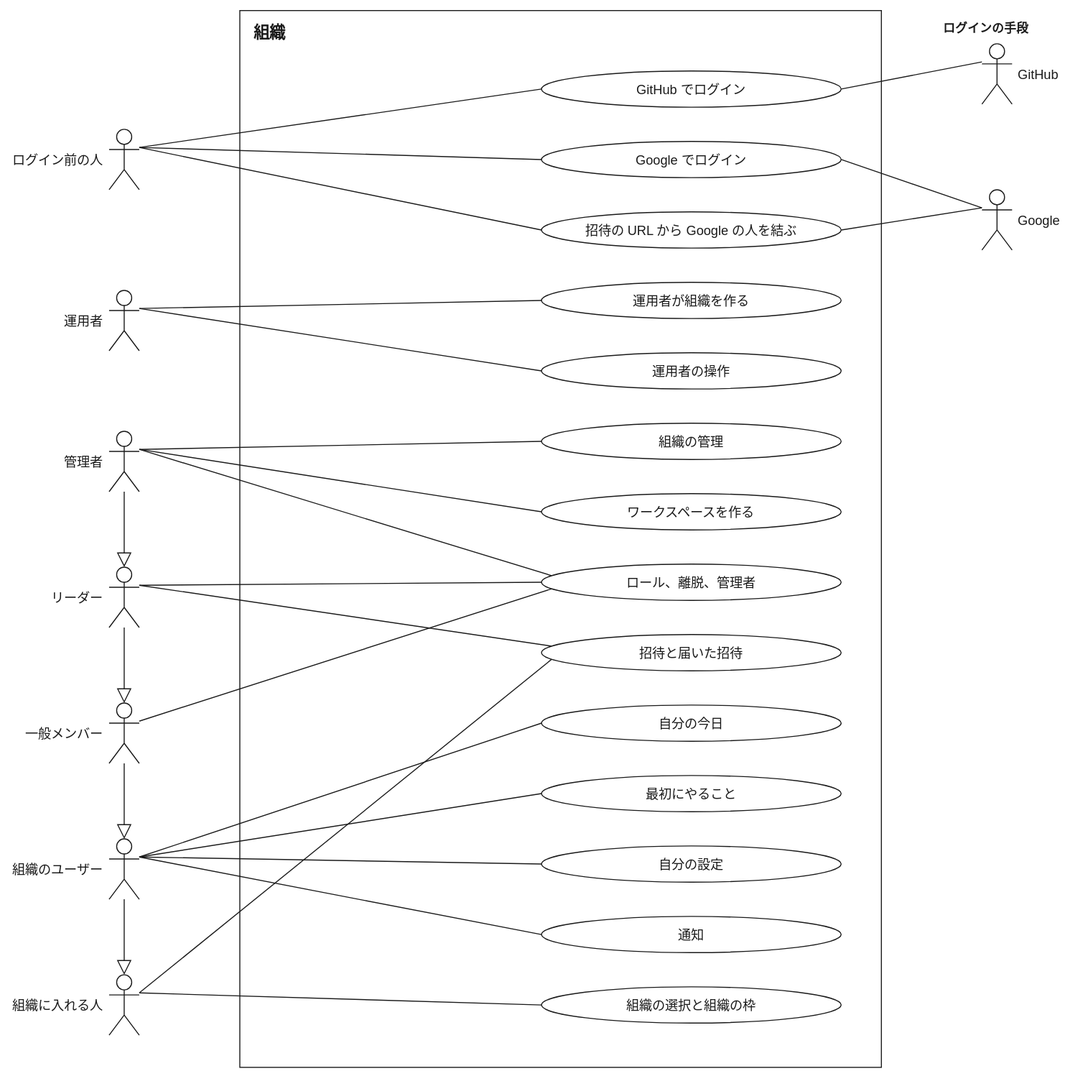
The draw.io diagram docs/use-cases-organization.drawio.svg in ucan-lab/scrum-guild, before a commit. Source tidied: cells renumbered, new cells last; positions are measured from the earlier drawing's top-left corner, leaving out a move shared by most shapes. Source of this version:
```xml
<mxGraphModel background="#ffffff">
  <root>
    <mxCell id="0" />
    <mxCell id="1" parent="0" />
    <mxCell id="2" style="html=0;fontFamily=Helvetica;fontSize=13;fontColor=#1a1a1a;strokeColor=#1a1a1a;endArrow=block;endFill=0;endSize=12;rounded=0;entryX=0.5;entryY=0;entryDx=0;entryDy=0;exitX=0.5;exitY=1;exitDx=0;exitDy=0;" parent="1" edge="1" source="43" target="44">
      <mxGeometry relative="1" as="geometry" />
    </mxCell>
    <mxCell id="3" style="html=0;fontFamily=Helvetica;fontSize=13;fontColor=#1a1a1a;strokeColor=#1a1a1a;endArrow=block;endFill=0;endSize=12;rounded=0;entryX=0.5;entryY=0;entryDx=0;entryDy=0;exitX=0.5;exitY=1;exitDx=0;exitDy=0;" parent="1" edge="1" source="44" target="45">
      <mxGeometry relative="1" as="geometry" />
    </mxCell>
    <mxCell id="4" style="html=0;fontFamily=Helvetica;fontSize=13;fontColor=#1a1a1a;strokeColor=#1a1a1a;endArrow=block;endFill=0;endSize=12;rounded=0;entryX=0.5;entryY=0;entryDx=0;entryDy=0;exitX=0.5;exitY=1;exitDx=0;exitDy=0;" parent="1" edge="1" source="45" target="46">
      <mxGeometry relative="1" as="geometry" />
    </mxCell>
    <mxCell id="5" style="html=0;fontFamily=Helvetica;fontSize=13;fontColor=#1a1a1a;strokeColor=#1a1a1a;endArrow=block;endFill=0;endSize=12;rounded=0;entryX=0.5;entryY=0;entryDx=0;entryDy=0;exitX=0.5;exitY=1;exitDx=0;exitDy=0;" parent="1" edge="1" source="46" target="47">
      <mxGeometry relative="1" as="geometry" />
    </mxCell>
    <mxCell id="6" style="html=0;fontFamily=Helvetica;fontSize=13;fontColor=#1a1a1a;strokeColor=#1a1a1a;endArrow=none;endFill=0;rounded=0;entryX=0;entryY=0.5;entryDx=0;entryDy=0;exitX=1;exitY=0.3;exitDx=0;exitDy=0;" parent="1" edge="1" source="41" target="27">
      <mxGeometry relative="1" as="geometry" />
    </mxCell>
    <mxCell id="7" style="html=0;fontFamily=Helvetica;fontSize=13;fontColor=#1a1a1a;strokeColor=#1a1a1a;endArrow=none;endFill=0;rounded=0;entryX=1;entryY=0.5;entryDx=0;entryDy=0;exitX=0;exitY=0.3;exitDx=0;exitDy=0;" parent="1" edge="1" source="48" target="27">
      <mxGeometry relative="1" as="geometry" />
    </mxCell>
    <mxCell id="8" style="html=0;fontFamily=Helvetica;fontSize=13;fontColor=#1a1a1a;strokeColor=#1a1a1a;endArrow=none;endFill=0;rounded=0;entryX=0;entryY=0.5;entryDx=0;entryDy=0;exitX=1;exitY=0.3;exitDx=0;exitDy=0;" parent="1" edge="1" source="41" target="28">
      <mxGeometry relative="1" as="geometry" />
    </mxCell>
    <mxCell id="9" style="html=0;fontFamily=Helvetica;fontSize=13;fontColor=#1a1a1a;strokeColor=#1a1a1a;endArrow=none;endFill=0;rounded=0;entryX=1;entryY=0.5;entryDx=0;entryDy=0;exitX=0;exitY=0.3;exitDx=0;exitDy=0;" parent="1" edge="1" source="49" target="28">
      <mxGeometry relative="1" as="geometry" />
    </mxCell>
    <mxCell id="10" style="html=0;fontFamily=Helvetica;fontSize=13;fontColor=#1a1a1a;strokeColor=#1a1a1a;endArrow=none;endFill=0;rounded=0;entryX=0;entryY=0.5;entryDx=0;entryDy=0;exitX=1;exitY=0.3;exitDx=0;exitDy=0;" parent="1" edge="1" source="41" target="29">
      <mxGeometry relative="1" as="geometry" />
    </mxCell>
    <mxCell id="11" style="html=0;fontFamily=Helvetica;fontSize=13;fontColor=#1a1a1a;strokeColor=#1a1a1a;endArrow=none;endFill=0;rounded=0;entryX=1;entryY=0.5;entryDx=0;entryDy=0;exitX=0;exitY=0.3;exitDx=0;exitDy=0;" parent="1" edge="1" source="49" target="29">
      <mxGeometry relative="1" as="geometry" />
    </mxCell>
    <mxCell id="12" style="html=0;fontFamily=Helvetica;fontSize=13;fontColor=#1a1a1a;strokeColor=#1a1a1a;endArrow=none;endFill=0;rounded=0;entryX=0;entryY=0.5;entryDx=0;entryDy=0;exitX=1;exitY=0.3;exitDx=0;exitDy=0;" parent="1" edge="1" source="42" target="30">
      <mxGeometry relative="1" as="geometry" />
    </mxCell>
    <mxCell id="13" style="html=0;fontFamily=Helvetica;fontSize=13;fontColor=#1a1a1a;strokeColor=#1a1a1a;endArrow=none;endFill=0;rounded=0;entryX=0;entryY=0.5;entryDx=0;entryDy=0;exitX=1;exitY=0.3;exitDx=0;exitDy=0;" parent="1" edge="1" source="42" target="31">
      <mxGeometry relative="1" as="geometry" />
    </mxCell>
    <mxCell id="14" style="html=0;fontFamily=Helvetica;fontSize=13;fontColor=#1a1a1a;strokeColor=#1a1a1a;endArrow=none;endFill=0;rounded=0;entryX=0;entryY=0.5;entryDx=0;entryDy=0;exitX=1;exitY=0.3;exitDx=0;exitDy=0;" parent="1" edge="1" source="43" target="32">
      <mxGeometry relative="1" as="geometry" />
    </mxCell>
    <mxCell id="15" style="html=0;fontFamily=Helvetica;fontSize=13;fontColor=#1a1a1a;strokeColor=#1a1a1a;endArrow=none;endFill=0;rounded=0;entryX=0;entryY=0.5;entryDx=0;entryDy=0;exitX=1;exitY=0.3;exitDx=0;exitDy=0;" parent="1" edge="1" source="43" target="33">
      <mxGeometry relative="1" as="geometry" />
    </mxCell>
    <mxCell id="16" style="html=0;fontFamily=Helvetica;fontSize=13;fontColor=#1a1a1a;strokeColor=#1a1a1a;endArrow=none;endFill=0;rounded=0;entryX=0;entryY=0.3;entryDx=0;entryDy=0;exitX=1;exitY=0.3;exitDx=0;exitDy=0;" parent="1" edge="1" source="43" target="34">
      <mxGeometry relative="1" as="geometry" />
    </mxCell>
    <mxCell id="17" style="html=0;fontFamily=Helvetica;fontSize=13;fontColor=#1a1a1a;strokeColor=#1a1a1a;endArrow=none;endFill=0;rounded=0;entryX=0;entryY=0.5;entryDx=0;entryDy=0;exitX=1;exitY=0.3;exitDx=0;exitDy=0;" parent="1" edge="1" source="44" target="34">
      <mxGeometry relative="1" as="geometry" />
    </mxCell>
    <mxCell id="18" style="html=0;fontFamily=Helvetica;fontSize=13;fontColor=#1a1a1a;strokeColor=#1a1a1a;endArrow=none;endFill=0;rounded=0;entryX=0;entryY=0.7;entryDx=0;entryDy=0;exitX=1;exitY=0.3;exitDx=0;exitDy=0;" parent="1" edge="1" source="45" target="34">
      <mxGeometry relative="1" as="geometry" />
    </mxCell>
    <mxCell id="19" style="html=0;fontFamily=Helvetica;fontSize=13;fontColor=#1a1a1a;strokeColor=#1a1a1a;endArrow=none;endFill=0;rounded=0;entryX=0;entryY=0.3;entryDx=0;entryDy=0;exitX=1;exitY=0.3;exitDx=0;exitDy=0;" parent="1" edge="1" source="44" target="35">
      <mxGeometry relative="1" as="geometry" />
    </mxCell>
    <mxCell id="20" style="html=0;fontFamily=Helvetica;fontSize=13;fontColor=#1a1a1a;strokeColor=#1a1a1a;endArrow=none;endFill=0;rounded=0;entryX=0;entryY=0.7;entryDx=0;entryDy=0;exitX=1;exitY=0.3;exitDx=0;exitDy=0;" parent="1" edge="1" source="47" target="35">
      <mxGeometry relative="1" as="geometry" />
    </mxCell>
    <mxCell id="21" style="html=0;fontFamily=Helvetica;fontSize=13;fontColor=#1a1a1a;strokeColor=#1a1a1a;endArrow=none;endFill=0;rounded=0;entryX=0;entryY=0.5;entryDx=0;entryDy=0;exitX=1;exitY=0.3;exitDx=0;exitDy=0;" parent="1" edge="1" source="46" target="36">
      <mxGeometry relative="1" as="geometry" />
    </mxCell>
    <mxCell id="22" style="html=0;fontFamily=Helvetica;fontSize=13;fontColor=#1a1a1a;strokeColor=#1a1a1a;endArrow=none;endFill=0;rounded=0;entryX=0;entryY=0.5;entryDx=0;entryDy=0;exitX=1;exitY=0.3;exitDx=0;exitDy=0;" parent="1" edge="1" source="46" target="37">
      <mxGeometry relative="1" as="geometry" />
    </mxCell>
    <mxCell id="23" style="html=0;fontFamily=Helvetica;fontSize=13;fontColor=#1a1a1a;strokeColor=#1a1a1a;endArrow=none;endFill=0;rounded=0;entryX=0;entryY=0.5;entryDx=0;entryDy=0;exitX=1;exitY=0.3;exitDx=0;exitDy=0;" parent="1" edge="1" source="46" target="38">
      <mxGeometry relative="1" as="geometry" />
    </mxCell>
    <mxCell id="24" style="html=0;fontFamily=Helvetica;fontSize=13;fontColor=#1a1a1a;strokeColor=#1a1a1a;endArrow=none;endFill=0;rounded=0;entryX=0;entryY=0.5;entryDx=0;entryDy=0;exitX=1;exitY=0.3;exitDx=0;exitDy=0;" parent="1" edge="1" source="46" target="39">
      <mxGeometry relative="1" as="geometry" />
    </mxCell>
    <mxCell id="25" style="html=0;fontFamily=Helvetica;fontSize=13;fontColor=#1a1a1a;strokeColor=#1a1a1a;endArrow=none;endFill=0;rounded=0;entryX=0;entryY=0.5;entryDx=0;entryDy=0;exitX=1;exitY=0.3;exitDx=0;exitDy=0;" parent="1" edge="1" source="47" target="40">
      <mxGeometry relative="1" as="geometry" />
    </mxCell>
    <mxCell id="26" value="組織" style="html=0;fontFamily=Helvetica;fontSize=13;fontColor=#1a1a1a;strokeColor=#1a1a1a;rounded=0;fillColor=none;verticalAlign=top;align=left;spacingLeft=12;spacingTop=6;fontStyle=1;fontSize=16;" parent="1" vertex="1">
      <mxGeometry x="130" width="638" height="1050" as="geometry" />
    </mxCell>
    <mxCell id="27" value="GitHub でログイン" style="html=0;fontFamily=Helvetica;fontSize=13;fontColor=#1a1a1a;strokeColor=#1a1a1a;ellipse;whiteSpace=nowrap;fillColor=#ffffff;" parent="1" vertex="1">
      <mxGeometry x="430" y="60" width="298" height="36" as="geometry" />
    </mxCell>
    <mxCell id="28" value="Google でログイン" style="html=0;fontFamily=Helvetica;fontSize=13;fontColor=#1a1a1a;strokeColor=#1a1a1a;ellipse;whiteSpace=nowrap;fillColor=#ffffff;" parent="1" vertex="1">
      <mxGeometry x="430" y="130" width="298" height="36" as="geometry" />
    </mxCell>
    <mxCell id="29" value="招待の URL から Google の人を結ぶ" style="html=0;fontFamily=Helvetica;fontSize=13;fontColor=#1a1a1a;strokeColor=#1a1a1a;ellipse;whiteSpace=nowrap;fillColor=#ffffff;" parent="1" vertex="1">
      <mxGeometry x="430" y="200" width="298" height="36" as="geometry" />
    </mxCell>
    <mxCell id="30" value="運用者が組織を作る" style="html=0;fontFamily=Helvetica;fontSize=13;fontColor=#1a1a1a;strokeColor=#1a1a1a;ellipse;whiteSpace=nowrap;fillColor=#ffffff;" parent="1" vertex="1">
      <mxGeometry x="430" y="270" width="298" height="36" as="geometry" />
    </mxCell>
    <mxCell id="31" value="運用者の操作" style="html=0;fontFamily=Helvetica;fontSize=13;fontColor=#1a1a1a;strokeColor=#1a1a1a;ellipse;whiteSpace=nowrap;fillColor=#ffffff;" parent="1" vertex="1">
      <mxGeometry x="430" y="340" width="298" height="36" as="geometry" />
    </mxCell>
    <mxCell id="32" value="組織の管理" style="html=0;fontFamily=Helvetica;fontSize=13;fontColor=#1a1a1a;strokeColor=#1a1a1a;ellipse;whiteSpace=nowrap;fillColor=#ffffff;" parent="1" vertex="1">
      <mxGeometry x="430" y="410" width="298" height="36" as="geometry" />
    </mxCell>
    <mxCell id="33" value="ワークスペースを作る" style="html=0;fontFamily=Helvetica;fontSize=13;fontColor=#1a1a1a;strokeColor=#1a1a1a;ellipse;whiteSpace=nowrap;fillColor=#ffffff;" parent="1" vertex="1">
      <mxGeometry x="430" y="480" width="298" height="36" as="geometry" />
    </mxCell>
    <mxCell id="34" value="ロール、離脱、管理者" style="html=0;fontFamily=Helvetica;fontSize=13;fontColor=#1a1a1a;strokeColor=#1a1a1a;ellipse;whiteSpace=nowrap;fillColor=#ffffff;" parent="1" vertex="1">
      <mxGeometry x="430" y="550" width="298" height="36" as="geometry" />
    </mxCell>
    <mxCell id="35" value="招待と届いた招待" style="html=0;fontFamily=Helvetica;fontSize=13;fontColor=#1a1a1a;strokeColor=#1a1a1a;ellipse;whiteSpace=nowrap;fillColor=#ffffff;" parent="1" vertex="1">
      <mxGeometry x="430" y="620" width="298" height="36" as="geometry" />
    </mxCell>
    <mxCell id="36" value="自分の今日" style="html=0;fontFamily=Helvetica;fontSize=13;fontColor=#1a1a1a;strokeColor=#1a1a1a;ellipse;whiteSpace=nowrap;fillColor=#ffffff;" parent="1" vertex="1">
      <mxGeometry x="430" y="690" width="298" height="36" as="geometry" />
    </mxCell>
    <mxCell id="37" value="最初にやること" style="html=0;fontFamily=Helvetica;fontSize=13;fontColor=#1a1a1a;strokeColor=#1a1a1a;ellipse;whiteSpace=nowrap;fillColor=#ffffff;" parent="1" vertex="1">
      <mxGeometry x="430" y="760" width="298" height="36" as="geometry" />
    </mxCell>
    <mxCell id="38" value="自分の設定" style="html=0;fontFamily=Helvetica;fontSize=13;fontColor=#1a1a1a;strokeColor=#1a1a1a;ellipse;whiteSpace=nowrap;fillColor=#ffffff;" parent="1" vertex="1">
      <mxGeometry x="430" y="830" width="298" height="36" as="geometry" />
    </mxCell>
    <mxCell id="39" value="通知" style="html=0;fontFamily=Helvetica;fontSize=13;fontColor=#1a1a1a;strokeColor=#1a1a1a;ellipse;whiteSpace=nowrap;fillColor=#ffffff;" parent="1" vertex="1">
      <mxGeometry x="430" y="900" width="298" height="36" as="geometry" />
    </mxCell>
    <mxCell id="40" value="組織の選択と組織の枠" style="html=0;fontFamily=Helvetica;fontSize=13;fontColor=#1a1a1a;strokeColor=#1a1a1a;ellipse;whiteSpace=nowrap;fillColor=#ffffff;" parent="1" vertex="1">
      <mxGeometry x="430" y="970" width="298" height="36" as="geometry" />
    </mxCell>
    <mxCell id="41" value="ログイン前の人" style="html=0;fontFamily=Helvetica;fontSize=13;fontColor=#1a1a1a;strokeColor=#1a1a1a;labelBackgroundColor=#ffffff;shape=umlActor;labelPosition=left;verticalLabelPosition=middle;align=right;verticalAlign=middle;spacingRight=4;fillColor=#ffffff;outlineConnect=0;" parent="1" vertex="1">
      <mxGeometry y="118" width="30" height="60" as="geometry" />
    </mxCell>
    <mxCell id="42" value="運用者" style="html=0;fontFamily=Helvetica;fontSize=13;fontColor=#1a1a1a;strokeColor=#1a1a1a;labelBackgroundColor=#ffffff;shape=umlActor;labelPosition=left;verticalLabelPosition=middle;align=right;verticalAlign=middle;spacingRight=4;fillColor=#ffffff;outlineConnect=0;" parent="1" vertex="1">
      <mxGeometry y="278" width="30" height="60" as="geometry" />
    </mxCell>
    <mxCell id="43" value="管理者" style="html=0;fontFamily=Helvetica;fontSize=13;fontColor=#1a1a1a;strokeColor=#1a1a1a;labelBackgroundColor=#ffffff;shape=umlActor;labelPosition=left;verticalLabelPosition=middle;align=right;verticalAlign=middle;spacingRight=4;fillColor=#ffffff;outlineConnect=0;" parent="1" vertex="1">
      <mxGeometry y="418" width="30" height="60" as="geometry" />
    </mxCell>
    <mxCell id="44" value="リーダー" style="html=0;fontFamily=Helvetica;fontSize=13;fontColor=#1a1a1a;strokeColor=#1a1a1a;labelBackgroundColor=#ffffff;shape=umlActor;labelPosition=left;verticalLabelPosition=middle;align=right;verticalAlign=middle;spacingRight=4;fillColor=#ffffff;outlineConnect=0;" parent="1" vertex="1">
      <mxGeometry y="553" width="30" height="60" as="geometry" />
    </mxCell>
    <mxCell id="45" value="一般メンバー" style="html=0;fontFamily=Helvetica;fontSize=13;fontColor=#1a1a1a;strokeColor=#1a1a1a;labelBackgroundColor=#ffffff;shape=umlActor;labelPosition=left;verticalLabelPosition=middle;align=right;verticalAlign=middle;spacingRight=4;fillColor=#ffffff;outlineConnect=0;" parent="1" vertex="1">
      <mxGeometry y="688" width="30" height="60" as="geometry" />
    </mxCell>
    <mxCell id="46" value="組織のユーザー" style="html=0;fontFamily=Helvetica;fontSize=13;fontColor=#1a1a1a;strokeColor=#1a1a1a;labelBackgroundColor=#ffffff;shape=umlActor;labelPosition=left;verticalLabelPosition=middle;align=right;verticalAlign=middle;spacingRight=4;fillColor=#ffffff;outlineConnect=0;" parent="1" vertex="1">
      <mxGeometry y="823" width="30" height="60" as="geometry" />
    </mxCell>
    <mxCell id="47" value="組織に入れる人" style="html=0;fontFamily=Helvetica;fontSize=13;fontColor=#1a1a1a;strokeColor=#1a1a1a;labelBackgroundColor=#ffffff;shape=umlActor;labelPosition=left;verticalLabelPosition=middle;align=right;verticalAlign=middle;spacingRight=4;fillColor=#ffffff;outlineConnect=0;" parent="1" vertex="1">
      <mxGeometry y="958" width="30" height="60" as="geometry" />
    </mxCell>
    <mxCell id="48" value="GitHub" style="html=0;fontFamily=Helvetica;fontSize=13;fontColor=#1a1a1a;strokeColor=#1a1a1a;labelBackgroundColor=#ffffff;shape=umlActor;labelPosition=right;verticalLabelPosition=middle;align=left;verticalAlign=middle;spacingLeft=4;fillColor=#ffffff;outlineConnect=0;" parent="1" vertex="1">
      <mxGeometry x="868" y="33" width="30" height="60" as="geometry" />
    </mxCell>
    <mxCell id="49" value="Google" style="html=0;fontFamily=Helvetica;fontSize=13;fontColor=#1a1a1a;strokeColor=#1a1a1a;labelBackgroundColor=#ffffff;shape=umlActor;labelPosition=right;verticalLabelPosition=middle;align=left;verticalAlign=middle;spacingLeft=4;fillColor=#ffffff;outlineConnect=0;" parent="1" vertex="1">
      <mxGeometry x="868" y="178" width="30" height="60" as="geometry" />
    </mxCell>
    <mxCell id="50" value="ログインの手段" style="html=0;fontFamily=Helvetica;fontSize=13;fontColor=#1a1a1a;strokeColor=#1a1a1a;text;align=left;verticalAlign=middle;fontStyle=1;fontSize=12;strokeColor=none;fillColor=none;" parent="1" vertex="1">
      <mxGeometry x="828" y="7" width="120" height="20" as="geometry" />
    </mxCell>
  </root>
</mxGraphModel>
```
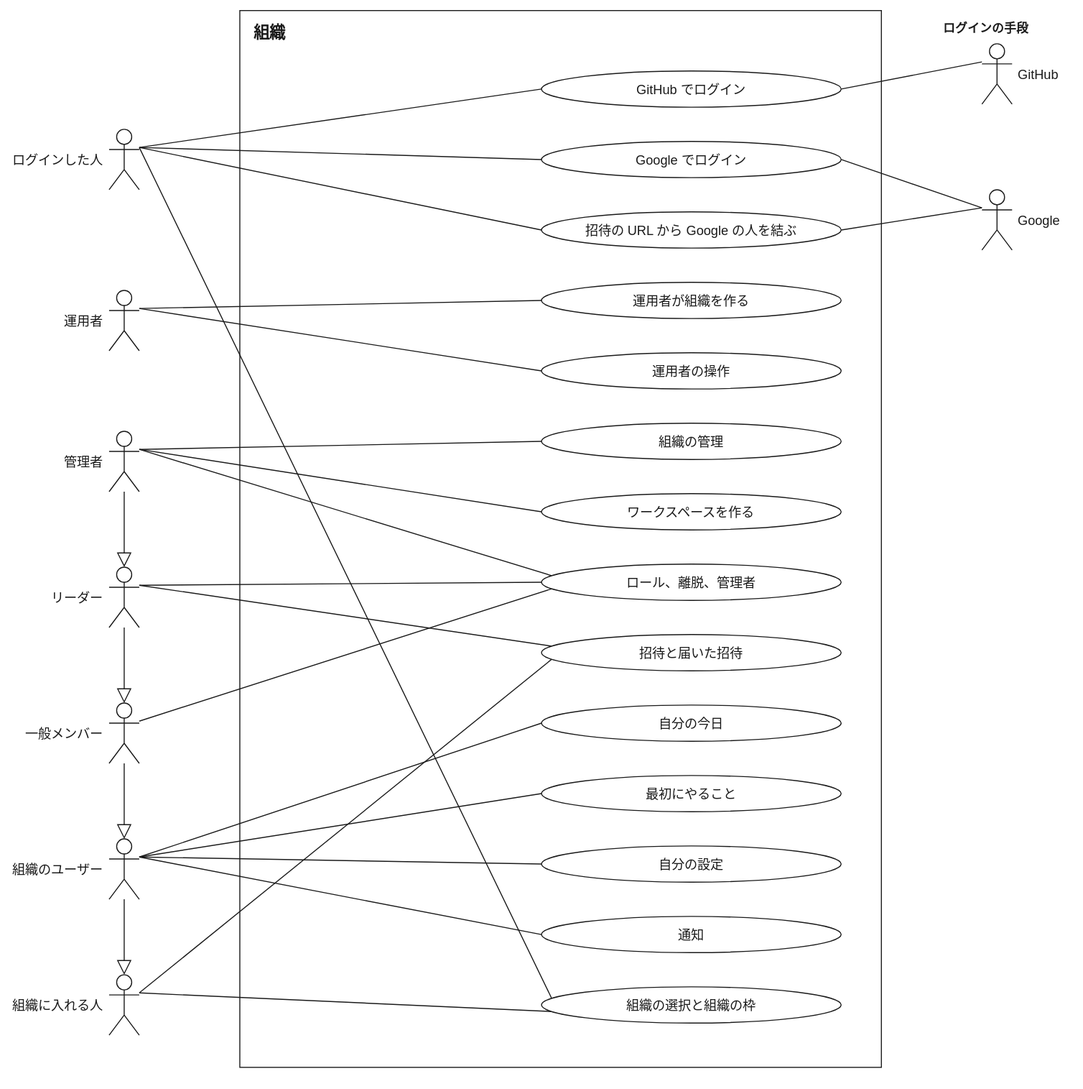
The same diagram one commit later.

Commit message:
docs: ユースケース図の login を「ログインした人」にし、見る側と依頼主の付け替えの線を足す

Change to the diagram source:
```diff
@@ -71,9 +71,12 @@
     <mxCell id="24" style="html=0;fontFamily=Helvetica;fontSize=13;fontColor=#1a1a1a;strokeColor=#1a1a1a;endArrow=none;endFill=0;rounded=0;entryX=0;entryY=0.5;entryDx=0;entryDy=0;exitX=1;exitY=0.3;exitDx=0;exitDy=0;" parent="1" edge="1" source="46" target="39">
       <mxGeometry relative="1" as="geometry" />
     </mxCell>
-    <mxCell id="25" style="html=0;fontFamily=Helvetica;fontSize=13;fontColor=#1a1a1a;strokeColor=#1a1a1a;endArrow=none;endFill=0;rounded=0;entryX=0;entryY=0.5;entryDx=0;entryDy=0;exitX=1;exitY=0.3;exitDx=0;exitDy=0;" parent="1" edge="1" source="47" target="40">
+    <mxCell id="25" style="html=0;fontFamily=Helvetica;fontSize=13;fontColor=#1a1a1a;strokeColor=#1a1a1a;endArrow=none;endFill=0;rounded=0;entryX=0;entryY=0.3;entryDx=0;entryDy=0;exitX=1;exitY=0.3;exitDx=0;exitDy=0;" parent="1" edge="1" source="41" target="40">
       <mxGeometry relative="1" as="geometry" />
     </mxCell>
+    <mxCell id="51" style="html=0;fontFamily=Helvetica;fontSize=13;fontColor=#1a1a1a;strokeColor=#1a1a1a;endArrow=none;endFill=0;rounded=0;entryX=0;entryY=0.7;entryDx=0;entryDy=0;exitX=1;exitY=0.3;exitDx=0;exitDy=0;" parent="1" edge="1" source="47" target="40">
+      <mxGeometry relative="1" as="geometry" />
+    </mxCell>
     <mxCell id="26" value="組織" style="html=0;fontFamily=Helvetica;fontSize=13;fontColor=#1a1a1a;strokeColor=#1a1a1a;rounded=0;fillColor=none;verticalAlign=top;align=left;spacingLeft=12;spacingTop=6;fontStyle=1;fontSize=16;" parent="1" vertex="1">
       <mxGeometry x="130" width="638" height="1050" as="geometry" />
     </mxCell>
@@ -119,7 +122,7 @@
     <mxCell id="40" value="組織の選択と組織の枠" style="html=0;fontFamily=Helvetica;fontSize=13;fontColor=#1a1a1a;strokeColor=#1a1a1a;ellipse;whiteSpace=nowrap;fillColor=#ffffff;" parent="1" vertex="1">
       <mxGeometry x="430" y="970" width="298" height="36" as="geometry" />
     </mxCell>
-    <mxCell id="41" value="ログイン前の人" style="html=0;fontFamily=Helvetica;fontSize=13;fontColor=#1a1a1a;strokeColor=#1a1a1a;labelBackgroundColor=#ffffff;shape=umlActor;labelPosition=left;verticalLabelPosition=middle;align=right;verticalAlign=middle;spacingRight=4;fillColor=#ffffff;outlineConnect=0;" parent="1" vertex="1">
+    <mxCell id="41" value="ログインした人" style="html=0;fontFamily=Helvetica;fontSize=13;fontColor=#1a1a1a;strokeColor=#1a1a1a;labelBackgroundColor=#ffffff;shape=umlActor;labelPosition=left;verticalLabelPosition=middle;align=right;verticalAlign=middle;spacingRight=4;fillColor=#ffffff;outlineConnect=0;" parent="1" vertex="1">
       <mxGeometry y="118" width="30" height="60" as="geometry" />
     </mxCell>
     <mxCell id="42" value="運用者" style="html=0;fontFamily=Helvetica;fontSize=13;fontColor=#1a1a1a;strokeColor=#1a1a1a;labelBackgroundColor=#ffffff;shape=umlActor;labelPosition=left;verticalLabelPosition=middle;align=right;verticalAlign=middle;spacingRight=4;fillColor=#ffffff;outlineConnect=0;" parent="1" vertex="1">
```
